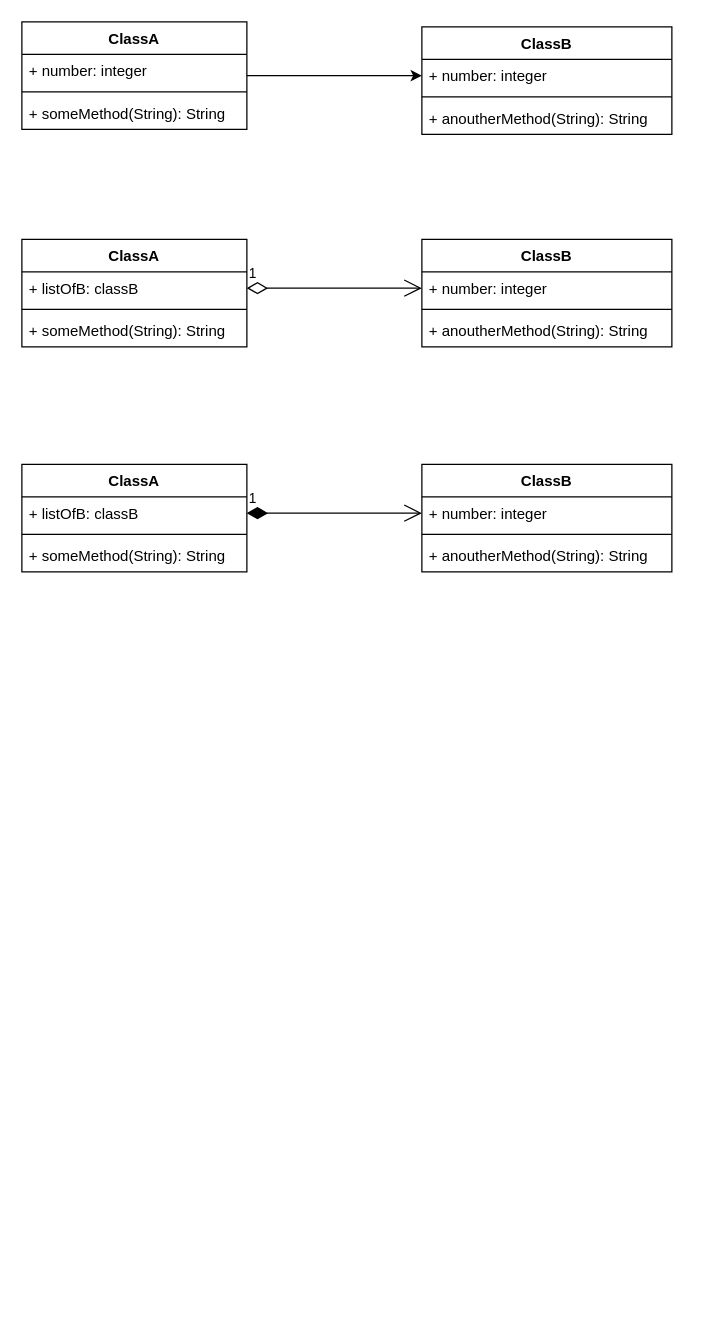
The draw.io diagram Untitled Diagram.drawio in lenferer/draw.io, before the edit. Source tidied: cells renumbered, new cells numbered last; positions are measured from the earlier drawing's top-left corner, leaving out a move shared by most shapes. Both pictures are drawn from the tidied source at 125%, with x=0, y=0 at pixel (21, 21).
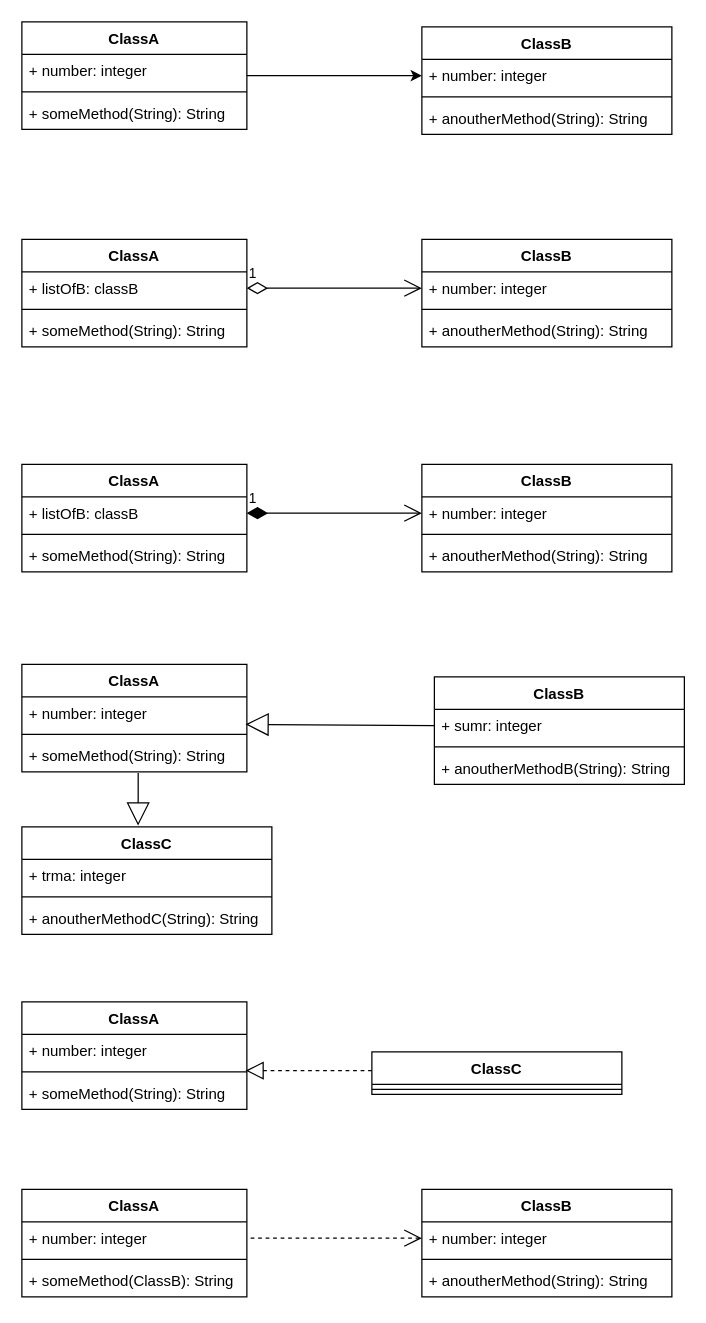
After the change.

Change to the diagram source:
```diff
@@
+    <mxCell id="29" value="ClassA" style="swimlane;fontStyle=1;align=center;verticalAlign=top;horizontal=1;startSize=26;" parent="1" vertex="1">
+      <mxGeometry y="514" width="180" height="86" as="geometry" />
+    </mxCell>
+    <mxCell id="30" value="+ number: integer" style="text;strokeColor=none;fillColor=none;align=left;verticalAlign=top;spacingLeft=4;spacingRight=4;overflow=hidden;points=[[0,0.5],[1,0.5]];portConstraint=eastwest;" parent="29" vertex="1">
+      <mxGeometry y="26" width="180" height="26" as="geometry" />
+    </mxCell>
+    <mxCell id="31" style="line;strokeWidth=1;fillColor=none;align=left;verticalAlign=middle;spacingTop=-1;spacingLeft=3;spacingRight=3;labelPosition=right;" parent="29" vertex="1">
+      <mxGeometry y="52" width="180" height="8" as="geometry" />
+    </mxCell>
+    <mxCell id="32" value="+ someMethod(String): String" style="text;strokeColor=none;fillColor=none;align=left;verticalAlign=top;spacingLeft=4;spacingRight=4;overflow=hidden;points=[[0,0.5],[1,0.5]];portConstraint=eastwest;" parent="29" vertex="1">
+      <mxGeometry y="60" width="180" height="26" as="geometry" />
+    </mxCell>
+    <mxCell id="33" style="endArrow=block;endSize=16;endFill=0;html=1;exitX=0;exitY=0.5;exitDx=0;exitDy=0;entryX=0.994;entryY=0.846;entryDx=0;entryDy=0;entryPerimeter=0;" parent="1" edge="1" source="35" target="30">
+      <mxGeometry relative="1" as="geometry" />
+    </mxCell>
+    <mxCell id="34" value="ClassB" style="swimlane;fontStyle=1;align=center;verticalAlign=top;horizontal=1;startSize=26;" parent="1" vertex="1">
+      <mxGeometry x="330" y="524" width="200" height="86" as="geometry" />
+    </mxCell>
+    <mxCell id="35" value="+ sumr: integer" style="text;strokeColor=none;fillColor=none;align=left;verticalAlign=top;spacingLeft=4;spacingRight=4;overflow=hidden;points=[[0,0.5],[1,0.5]];portConstraint=eastwest;" parent="34" vertex="1">
+      <mxGeometry y="26" width="200" height="26" as="geometry" />
+    </mxCell>
+    <mxCell id="36" style="line;strokeWidth=1;fillColor=none;align=left;verticalAlign=middle;spacingTop=-1;spacingLeft=3;spacingRight=3;labelPosition=right;" parent="34" vertex="1">
+      <mxGeometry y="52" width="200" height="8" as="geometry" />
+    </mxCell>
+    <mxCell id="37" value="+ anoutherMethodB(String): String" style="text;strokeColor=none;fillColor=none;align=left;verticalAlign=top;spacingLeft=4;spacingRight=4;overflow=hidden;" parent="34" vertex="1">
+      <mxGeometry y="60" width="200" height="26" as="geometry" />
+    </mxCell>
+    <mxCell id="38" value="ClassC" style="swimlane;fontStyle=1;align=center;verticalAlign=top;horizontal=1;startSize=26;" parent="1" vertex="1">
+      <mxGeometry y="644" width="200" height="86" as="geometry" />
+    </mxCell>
+    <mxCell id="39" value="+ trma: integer" style="text;strokeColor=none;fillColor=none;align=left;verticalAlign=top;spacingLeft=4;spacingRight=4;overflow=hidden;" parent="38" vertex="1">
+      <mxGeometry y="26" width="200" height="26" as="geometry" />
+    </mxCell>
+    <mxCell id="40" style="line;strokeWidth=1;fillColor=none;align=left;verticalAlign=middle;spacingTop=-1;spacingLeft=3;spacingRight=3;labelPosition=right;" parent="38" vertex="1">
+      <mxGeometry y="52" width="200" height="8" as="geometry" />
+    </mxCell>
+    <mxCell id="41" value="+ anoutherMethodC(String): String" style="text;strokeColor=none;fillColor=none;align=left;verticalAlign=top;spacingLeft=4;spacingRight=4;overflow=hidden;" parent="38" vertex="1">
+      <mxGeometry y="60" width="200" height="26" as="geometry" />
+    </mxCell>
+    <mxCell id="42" style="endArrow=block;endSize=16;endFill=0;html=1;exitX=0.517;exitY=1.038;exitDx=0;exitDy=0;exitPerimeter=0;" parent="1" edge="1" source="32">
+      <mxGeometry relative="1" as="geometry">
+        <mxPoint x="93" y="643" as="targetPoint" />
+      </mxGeometry>
+    </mxCell>
+    <mxCell id="43" value="ClassA" style="swimlane;fontStyle=1;align=center;verticalAlign=top;horizontal=1;startSize=26;" parent="1" vertex="1">
+      <mxGeometry y="784" width="180" height="86" as="geometry" />
+    </mxCell>
+    <mxCell id="44" value="+ number: integer" style="text;strokeColor=none;fillColor=none;align=left;verticalAlign=top;spacingLeft=4;spacingRight=4;overflow=hidden;points=[[0,0.5],[1,0.5]];portConstraint=eastwest;" parent="43" vertex="1">
+      <mxGeometry y="26" width="180" height="26" as="geometry" />
+    </mxCell>
+    <mxCell id="45" style="line;strokeWidth=1;fillColor=none;align=left;verticalAlign=middle;spacingTop=-1;spacingLeft=3;spacingRight=3;labelPosition=right;" parent="43" vertex="1">
+      <mxGeometry y="52" width="180" height="8" as="geometry" />
+    </mxCell>
+    <mxCell id="46" value="+ someMethod(String): String" style="text;strokeColor=none;fillColor=none;align=left;verticalAlign=top;spacingLeft=4;spacingRight=4;overflow=hidden;" parent="43" vertex="1">
+      <mxGeometry y="60" width="180" height="26" as="geometry" />
+    </mxCell>
+    <mxCell id="47" style="endArrow=block;dashed=1;endFill=0;endSize=12;html=1;entryX=0.994;entryY=1.115;entryDx=0;entryDy=0;entryPerimeter=0;" parent="1" edge="1" target="44">
+      <mxGeometry relative="1" as="geometry">
+        <mxPoint x="280" y="839" as="sourcePoint" />
+      </mxGeometry>
+    </mxCell>
+    <mxCell id="48" value="ClassC" style="swimlane;fontStyle=1;align=center;verticalAlign=top;horizontal=1;startSize=26;" parent="1" vertex="1">
+      <mxGeometry x="280" y="824" width="200" height="34" as="geometry" />
+    </mxCell>
+    <mxCell id="49" style="line;strokeWidth=1;fillColor=none;align=left;verticalAlign=middle;spacingTop=-1;spacingLeft=3;spacingRight=3;labelPosition=right;" parent="48" vertex="1">
+      <mxGeometry y="26" width="200" height="8" as="geometry" />
+    </mxCell>
+    <mxCell id="50" value="ClassA" style="swimlane;fontStyle=1;align=center;verticalAlign=top;horizontal=1;startSize=26;" parent="1" vertex="1">
+      <mxGeometry y="934" width="180" height="86" as="geometry" />
+    </mxCell>
+    <mxCell id="51" value="+ number: integer" style="text;strokeColor=none;fillColor=none;align=left;verticalAlign=top;spacingLeft=4;spacingRight=4;overflow=hidden;" parent="50" vertex="1">
+      <mxGeometry y="26" width="180" height="26" as="geometry" />
+    </mxCell>
+    <mxCell id="52" style="line;strokeWidth=1;fillColor=none;align=left;verticalAlign=middle;spacingTop=-1;spacingLeft=3;spacingRight=3;labelPosition=right;" parent="50" vertex="1">
+      <mxGeometry y="52" width="180" height="8" as="geometry" />
+    </mxCell>
+    <mxCell id="53" value="+ someMethod(ClassB): String" style="text;strokeColor=none;fillColor=none;align=left;verticalAlign=top;spacingLeft=4;spacingRight=4;overflow=hidden;" parent="50" vertex="1">
+      <mxGeometry y="60" width="180" height="26" as="geometry" />
+    </mxCell>
+    <mxCell id="54" style="endArrow=open;endSize=12;dashed=1;html=1;" parent="1" edge="1" target="56">
+      <mxGeometry relative="1" as="geometry">
+        <mxPoint x="183" y="973" as="sourcePoint" />
+        <Array as="points">
+          <mxPoint x="250" y="973" />
+        </Array>
+      </mxGeometry>
+    </mxCell>
+    <mxCell id="55" value="ClassB" style="swimlane;fontStyle=1;align=center;verticalAlign=top;horizontal=1;startSize=26;" parent="1" vertex="1">
+      <mxGeometry x="320" y="934" width="200" height="86" as="geometry" />
+    </mxCell>
+    <mxCell id="56" value="+ number: integer" style="text;strokeColor=none;fillColor=none;align=left;verticalAlign=top;spacingLeft=4;spacingRight=4;overflow=hidden;points=[[0,0.5],[1,0.5]];portConstraint=eastwest;" parent="55" vertex="1">
+      <mxGeometry y="26" width="200" height="26" as="geometry" />
+    </mxCell>
+    <mxCell id="57" style="line;strokeWidth=1;fillColor=none;align=left;verticalAlign=middle;spacingTop=-1;spacingLeft=3;spacingRight=3;labelPosition=right;" parent="55" vertex="1">
+      <mxGeometry y="52" width="200" height="8" as="geometry" />
+    </mxCell>
+    <mxCell id="58" value="+ anoutherMethod(String): String" style="text;strokeColor=none;fillColor=none;align=left;verticalAlign=top;spacingLeft=4;spacingRight=4;overflow=hidden;" parent="55" vertex="1">
+      <mxGeometry y="60" width="200" height="26" as="geometry" />
+    </mxCell>
```
